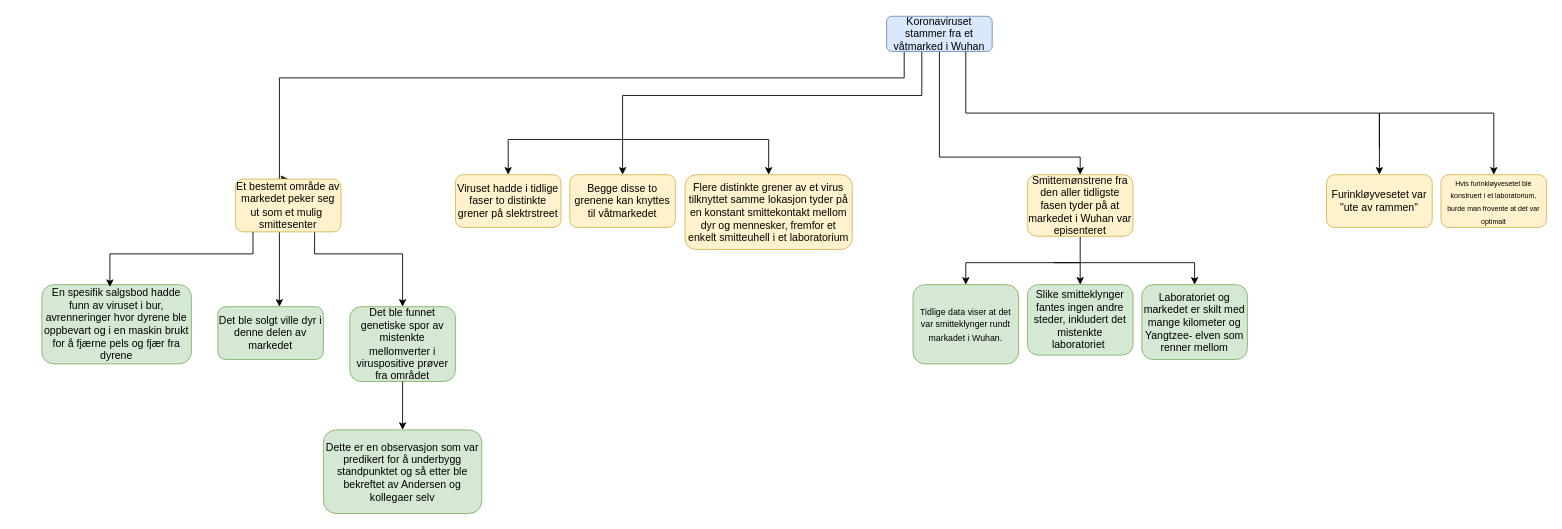
This is Argumentasjon.drawio from MathiasSagerup/TilpDat, a draw.io file, before an edit. Source tidied: cells renumbered, new cells numbered last; positions are measured from the earlier drawing's top-left corner, leaving out a move shared by most shapes. Both pictures are drawn from the tidied source at 88%, with x=0, y=0 at pixel (41, 16).
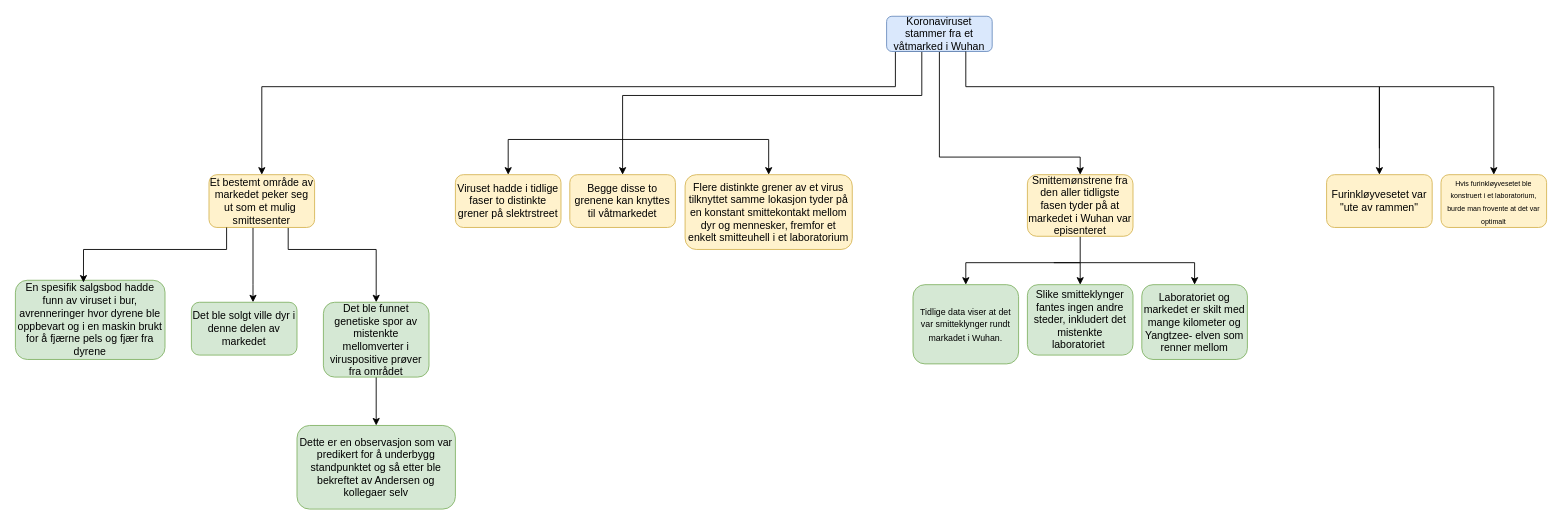
Above is the later version.

Unchanged cells that the change refers to:
```xml
<mxCell id="5" value="Koronaviruset stammer fra et våtmarked i Wuhan" style="rounded=1;whiteSpace=wrap;html=1;fontSize=12;glass=0;strokeWidth=1;shadow=0;fillColor=#dae8fc;strokeColor=#6c8ebf;" parent="1" vertex="1">
  <mxGeometry x="960" width="120" height="40" as="geometry" />
</mxCell>
<mxCell id="7" value="Furinkløyvesetet var &quot;ute av rammen&quot;" style="rounded=1;whiteSpace=wrap;html=1;fillColor=#fff2cc;strokeColor=#d6b656;" parent="1" vertex="1">
  <mxGeometry x="1460" y="180" width="120" height="60" as="geometry" />
</mxCell>
<mxCell id="9" value="&lt;font style=&quot;font-size: 8px;&quot;&gt;Hvis furinkløyvesetet ble konstruert i et laboratorium, burde man frovente at det var optimalt&lt;/font&gt;" style="rounded=1;whiteSpace=wrap;html=1;fillColor=#fff2cc;strokeColor=#d6b656;" parent="1" vertex="1">
  <mxGeometry x="1590" y="180" width="120" height="60" as="geometry" />
</mxCell>
```

Change to the diagram source:
```diff
@@
-    <mxCell id="4" style="edgeStyle=orthogonalEdgeStyle;rounded=0;jettySize=auto;html=1;entryX=0.5;entryY=0;entryDx=0;entryDy=0;" parent="1" edge="1" source="5" target="24">
-      <mxGeometry relative="1" as="geometry">
-        <Array as="points">
-          <mxPoint x="980" y="70" />
-          <mxPoint x="270" y="70" />
-          <mxPoint x="270" y="185" />
-        </Array>
-      </mxGeometry>
-    </mxCell>
+    <mxCell id="31" style="edgeStyle=orthogonalEdgeStyle;rounded=0;jettySize=auto;html=1;entryX=0.5;entryY=0;entryDx=0;entryDy=0;" parent="1" edge="1" target="24">
+      <mxGeometry relative="1" as="geometry">
+        <mxPoint x="1050" y="40" as="sourcePoint" />
+        <Array as="points">
+          <mxPoint x="970" y="40" />
+          <mxPoint x="970" y="80" />
+          <mxPoint x="250" y="80" />
+        </Array>
+      </mxGeometry>
+    </mxCell>
@@
     <mxCell id="6" style="edgeStyle=orthogonalEdgeStyle;rounded=0;jettySize=auto;html=1;exitX=0.75;exitY=1;exitDx=0;exitDy=0;" parent="1" edge="1" source="5" target="7">
       <mxGeometry relative="1" as="geometry">
         <Array as="points">
-          <mxPoint x="1050" y="110" />
-          <mxPoint x="1520" y="110" />
+          <mxPoint x="1050" y="80" />
+          <mxPoint x="1520" y="80" />
         </Array>
       </mxGeometry>
     </mxCell>
@@
     <mxCell id="8" style="edgeStyle=orthogonalEdgeStyle;rounded=0;jettySize=auto;html=1;" parent="1" edge="1" target="9">
       <mxGeometry relative="1" as="geometry">
         <mxPoint x="1520" y="150" as="sourcePoint" />
         <Array as="points">
-          <mxPoint x="1520" y="110" />
-          <mxPoint x="1650" y="110" />
+          <mxPoint x="1520" y="80" />
+          <mxPoint x="1650" y="80" />
         </Array>
       </mxGeometry>
     </mxCell>
@@
     <mxCell id="22" style="edgeStyle=orthogonalEdgeStyle;rounded=0;jettySize=auto;html=1;" parent="1" edge="1" source="24" target="25">
       <mxGeometry relative="1" as="geometry">
         <Array as="points">
-          <mxPoint x="270" y="310" />
-          <mxPoint x="270" y="310" />
+          <mxPoint x="240" y="305" />
+          <mxPoint x="240" y="305" />
         </Array>
       </mxGeometry>
     </mxCell>
     <mxCell id="23" style="edgeStyle=orthogonalEdgeStyle;rounded=0;jettySize=auto;html=1;entryX=0.5;entryY=0;entryDx=0;entryDy=0;" parent="1" edge="1" source="24" target="30">
       <mxGeometry relative="1" as="geometry">
         <Array as="points">
-          <mxPoint x="310" y="270" />
-          <mxPoint x="410" y="270" />
+          <mxPoint x="280" y="265" />
+          <mxPoint x="380" y="265" />
         </Array>
       </mxGeometry>
     </mxCell>
     <mxCell id="24" value="Et bestemt område av markedet peker seg ut som et mulig&amp;nbsp; smittesenter" style="rounded=1;whiteSpace=wrap;html=1;fillColor=#fff2cc;strokeColor=#d6b656;" parent="1" vertex="1">
-      <mxGeometry x="220" y="185" width="120" height="60" as="geometry" />
+      <mxGeometry x="190" y="180" width="120" height="60" as="geometry" />
     </mxCell>
     <mxCell id="25" value="Det ble solgt ville dyr i denne delen av markedet" style="rounded=1;whiteSpace=wrap;html=1;fillColor=#d5e8d4;strokeColor=#82b366;" parent="1" vertex="1">
-      <mxGeometry x="200" y="330" width="120" height="60" as="geometry" />
+      <mxGeometry x="170" y="325" width="120" height="60" as="geometry" />
     </mxCell>
     <mxCell id="26" value="En spesifik salgsbod hadde funn av viruset i bur, avrenneringer hvor dyrene ble oppbevart og i en maskin brukt for å fjærne pels og fjær fra dyrene" style="rounded=1;whiteSpace=wrap;html=1;fillColor=#d5e8d4;strokeColor=#82b366;" parent="1" vertex="1">
-      <mxGeometry y="305" width="170" height="90" as="geometry" />
+      <mxGeometry x="-30" y="300" width="170" height="90" as="geometry" />
     </mxCell>
     <mxCell id="27" value="Dette er en observasjon som var predikert for å underbygg standpunktet og så etter ble bekreftet av Andersen og kollegaer selv" style="rounded=1;whiteSpace=wrap;html=1;fillColor=#d5e8d4;strokeColor=#82b366;" parent="1" vertex="1">
-      <mxGeometry x="320" y="470" width="180" height="95" as="geometry" />
+      <mxGeometry x="290" y="465" width="180" height="95" as="geometry" />
     </mxCell>
     <mxCell id="28" style="edgeStyle=orthogonalEdgeStyle;rounded=0;jettySize=auto;html=1;entryX=0.455;entryY=0.029;entryDx=0;entryDy=0;entryPerimeter=0;" parent="1" edge="1" source="24" target="26">
       <mxGeometry relative="1" as="geometry">
         <Array as="points">
-          <mxPoint x="240" y="270" />
-          <mxPoint x="77" y="270" />
+          <mxPoint x="210" y="265" />
+          <mxPoint x="47" y="265" />
         </Array>
       </mxGeometry>
     </mxCell>
@@
     <mxCell id="30" value="Det ble funnet genetiske spor av mistenkte mellomverter i viruspositive prøver fra området" style="rounded=1;whiteSpace=wrap;html=1;fillColor=#d5e8d4;strokeColor=#82b366;" parent="1" vertex="1">
-      <mxGeometry x="350" y="330" width="120" height="85" as="geometry" />
+      <mxGeometry x="320" y="325" width="120" height="85" as="geometry" />
     </mxCell>
```
